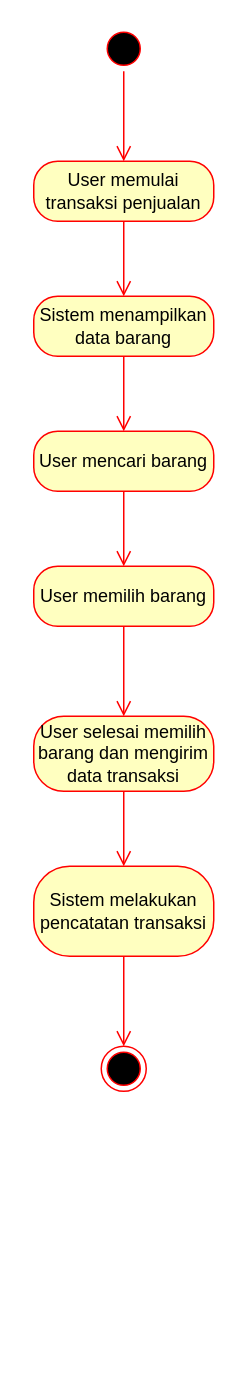
The draw.io diagram page "Selling Goods" (3 of 3) of Diagram/Activity Diagram.drawio in ryusu777/dodo-app, before the edit. Source tidied: cells renumbered, new cells numbered last; positions are measured from the earlier drawing's top-left corner, leaving out a move shared by most shapes. Both pictures are drawn from the tidied source at 150%, with x=0, y=0 at pixel (33, 26).
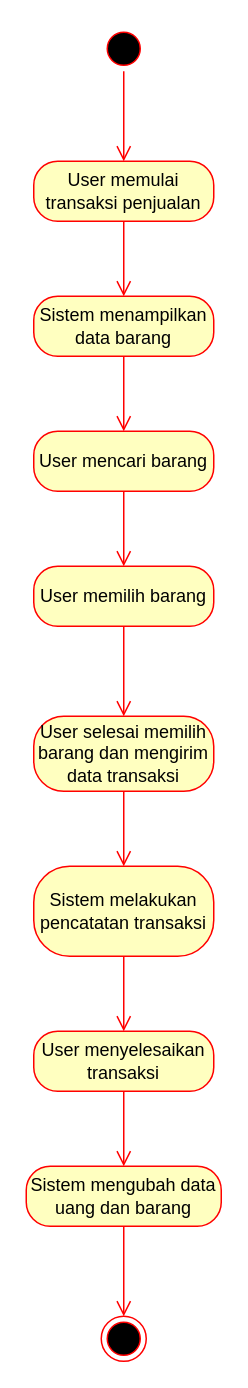
Above is the later version.

Unchanged cells that the change refers to:
```xml
<mxCell id="6" value="Sistem melakukan pencatatan transaksi" style="rounded=1;whiteSpace=wrap;html=1;arcSize=40;fontColor=#000000;fillColor=#ffffc0;strokeColor=#ff0000;" parent="1" vertex="1">
  <mxGeometry y="560" width="120" height="60" as="geometry" />
</mxCell>
```

Change to the diagram source:
```diff
@@
-    <mxCell id="7" style="edgeStyle=orthogonalEdgeStyle;html=1;verticalAlign=bottom;endArrow=open;endSize=8;strokeColor=#ff0000;" parent="1" edge="1" source="6" target="8">
+    <mxCell id="7" style="edgeStyle=orthogonalEdgeStyle;html=1;verticalAlign=bottom;endArrow=open;endSize=8;strokeColor=#ff0000;" parent="1" edge="1" source="6" target="17">
       <mxGeometry relative="1" as="geometry" />
     </mxCell>
-    <mxCell id="8" style="ellipse;html=1;shape=endState;fillColor=#000000;strokeColor=#ff0000;" parent="1" vertex="1">
-      <mxGeometry x="45" y="680" width="30" height="30" as="geometry" />
-    </mxCell>
@@
+    <mxCell id="17" value="User menyelesaikan transaksi" style="rounded=1;whiteSpace=wrap;html=1;arcSize=40;fontColor=#000000;fillColor=#ffffc0;strokeColor=#ff0000;" parent="1" vertex="1">
+      <mxGeometry y="670" width="120" height="40" as="geometry" />
+    </mxCell>
+    <mxCell id="18" style="edgeStyle=orthogonalEdgeStyle;html=1;verticalAlign=bottom;endArrow=open;endSize=8;strokeColor=#ff0000;" parent="1" edge="1" source="17" target="19">
+      <mxGeometry relative="1" as="geometry" />
+    </mxCell>
+    <mxCell id="19" value="Sistem mengubah data uang dan barang" style="rounded=1;whiteSpace=wrap;html=1;arcSize=40;fontColor=#000000;fillColor=#ffffc0;strokeColor=#ff0000;" parent="1" vertex="1">
+      <mxGeometry x="-5" y="760" width="130" height="40" as="geometry" />
+    </mxCell>
+    <mxCell id="20" style="edgeStyle=orthogonalEdgeStyle;html=1;verticalAlign=bottom;endArrow=open;endSize=8;strokeColor=#ff0000;" parent="1" edge="1" source="19" target="21">
+      <mxGeometry relative="1" as="geometry" />
+    </mxCell>
+    <mxCell id="21" style="ellipse;html=1;shape=endState;fillColor=#000000;strokeColor=#ff0000;" parent="1" vertex="1">
+      <mxGeometry x="45" y="860" width="30" height="30" as="geometry" />
+    </mxCell>
```
